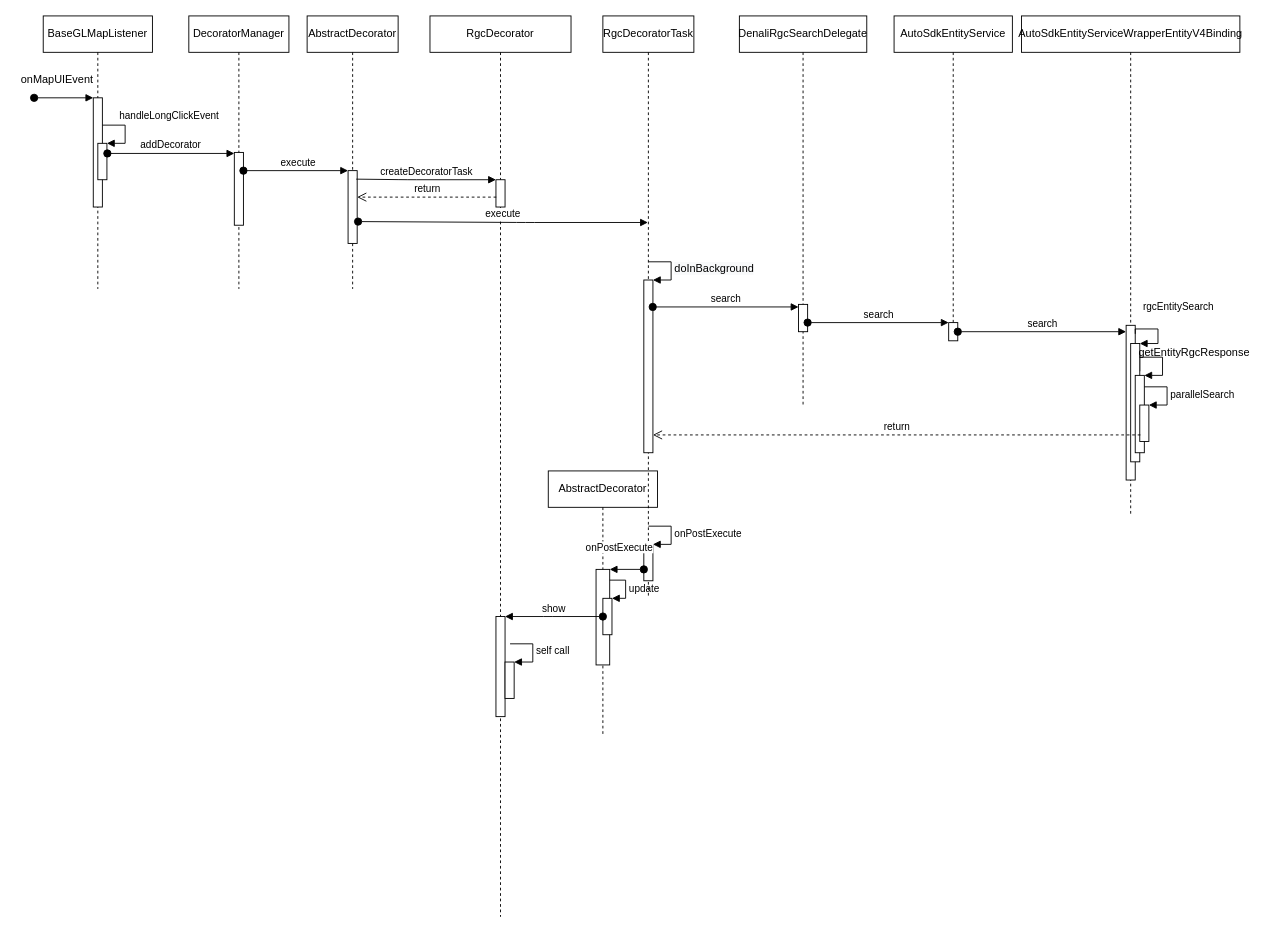
Earlier version of the draw.io diagram page "Page-2" (2 of 2) of RGC.drawio (joyment2010/joy). Source tidied: cells renumbered, new cells numbered last; positions are measured from the earlier drawing's top-left corner, leaving out a move shared by most shapes. Both pictures are drawn from the tidied source at 91%, with x=0, y=0 at pixel (15, 15).
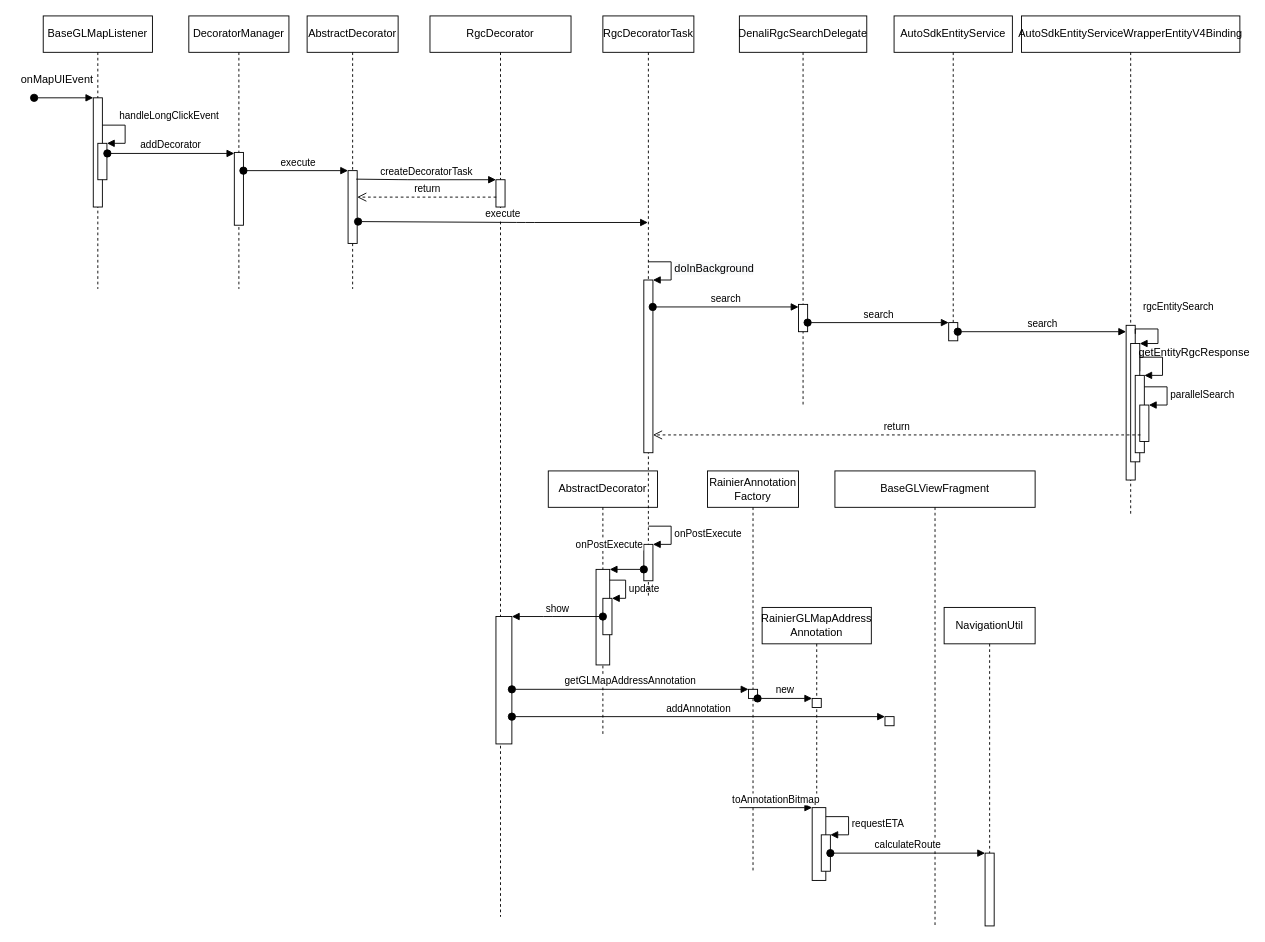
After the change.

Unchanged cells that the change refers to:
```xml
<mxCell id="11" value="RgcDecorator" style="shape=umlLifeline;perimeter=lifelinePerimeter;whiteSpace=wrap;html=1;" parent="1" vertex="1">
  <mxGeometry x="455" width="155" height="990" as="geometry" />
</mxCell>
<mxCell id="14" style="html=1;points=[];perimeter=orthogonalPerimeter;" parent="13" vertex="1">
  <mxGeometry x="52.5" y="108.2" width="15" height="105" as="geometry" />
</mxCell>
<mxCell id="48" style="html=1;points=[];perimeter=orthogonalPerimeter;" parent="1" vertex="1">
  <mxGeometry x="690" y="580.7" width="10" height="40" as="geometry" />
</mxCell>
```

Change to the diagram source:
```diff
@@
     <mxCell id="17" style="html=1;points=[];perimeter=orthogonalPerimeter;" parent="11" vertex="1">
-      <mxGeometry x="72.5" y="660" width="10" height="110" as="geometry" />
+      <mxGeometry x="72.5" y="660" width="17.5" height="140" as="geometry" />
     </mxCell>
-    <mxCell id="18" style="html=1;points=[];perimeter=orthogonalPerimeter;" parent="11" vertex="1">
-      <mxGeometry x="82.5" y="710" width="10" height="40" as="geometry" />
-    </mxCell>
-    <mxCell id="19" value="self call" style="edgeStyle=orthogonalEdgeStyle;html=1;align=left;spacingLeft=2;endArrow=block;rounded=0;entryX=1;entryY=0;" parent="11" edge="1" target="18">
-      <mxGeometry relative="1" as="geometry">
-        <mxPoint x="88" y="690" as="sourcePoint" />
-        <Array as="points">
-          <mxPoint x="113" y="690" />
-        </Array>
-      </mxGeometry>
-    </mxCell>
@@
     <mxCell id="50" value="onPostExecute" style="html=1;verticalAlign=bottom;startArrow=oval;endArrow=block;startSize=8;" parent="1" edge="1" source="48" target="14">
-      <mxGeometry x="0.43" y="-15" relative="1" as="geometry" />
+      <mxGeometry x="1" y="-18" relative="1" as="geometry" />
     </mxCell>
+    <mxCell id="51" value="RainierAnnotation&lt;br&gt;Factory" style="shape=umlLifeline;perimeter=lifelinePerimeter;whiteSpace=wrap;html=1;" parent="1" vertex="1">
+      <mxGeometry x="760" y="500" width="100" height="440" as="geometry" />
+    </mxCell>
+    <mxCell id="52" style="html=1;points=[];perimeter=orthogonalPerimeter;" parent="51" vertex="1">
+      <mxGeometry x="45" y="240" width="10" height="10" as="geometry" />
+    </mxCell>
+    <mxCell id="53" value="getGLMapAddressAnnotation" style="html=1;verticalAlign=bottom;startArrow=oval;endArrow=block;startSize=8;" parent="1" edge="1" source="17" target="52">
+      <mxGeometry relative="1" as="geometry" />
+    </mxCell>
+    <mxCell id="54" value="BaseGLViewFragment" style="shape=umlLifeline;perimeter=lifelinePerimeter;whiteSpace=wrap;html=1;" parent="1" vertex="1">
+      <mxGeometry x="900" y="500" width="220" height="500" as="geometry" />
+    </mxCell>
+    <mxCell id="55" value="NavigationUtil" style="shape=umlLifeline;perimeter=lifelinePerimeter;whiteSpace=wrap;html=1;" parent="54" vertex="1">
+      <mxGeometry x="120" y="150" width="100" height="350" as="geometry" />
+    </mxCell>
+    <mxCell id="56" style="html=1;points=[];perimeter=orthogonalPerimeter;" parent="55" vertex="1">
+      <mxGeometry x="45" y="270" width="10" height="80" as="geometry" />
+    </mxCell>
+    <mxCell id="57" style="html=1;points=[];perimeter=orthogonalPerimeter;" parent="1" vertex="1">
+      <mxGeometry x="955" y="770" width="10" height="10" as="geometry" />
+    </mxCell>
+    <mxCell id="58" value="addAnnotation" style="html=1;verticalAlign=bottom;startArrow=oval;endArrow=block;startSize=8;" parent="1" edge="1" source="17" target="57">
+      <mxGeometry relative="1" as="geometry" />
+    </mxCell>
+    <mxCell id="59" value="RainierGLMapAddress&lt;br&gt;Annotation" style="shape=umlLifeline;perimeter=lifelinePerimeter;whiteSpace=wrap;html=1;" parent="1" vertex="1">
+      <mxGeometry x="820" y="650" width="120" height="300" as="geometry" />
+    </mxCell>
+    <mxCell id="60" style="html=1;points=[];perimeter=orthogonalPerimeter;" parent="59" vertex="1">
+      <mxGeometry x="55" y="100" width="10" height="10" as="geometry" />
+    </mxCell>
+    <mxCell id="61" value="new" style="html=1;verticalAlign=bottom;startArrow=oval;endArrow=block;startSize=8;" parent="59" edge="1" target="60">
+      <mxGeometry relative="1" as="geometry">
+        <mxPoint x="-5" y="100" as="sourcePoint" />
+      </mxGeometry>
+    </mxCell>
+    <mxCell id="62" style="html=1;perimeter=orthogonalPerimeter;" parent="59" vertex="1">
+      <mxGeometry x="55" y="220" width="15" height="80" as="geometry" />
+    </mxCell>
+    <mxCell id="63" value="toAnnotationBitmap" style="html=1;verticalAlign=bottom;endArrow=block;" parent="59" edge="1">
+      <mxGeometry relative="1" as="geometry">
+        <mxPoint x="-25" y="220" as="sourcePoint" />
+        <mxPoint x="55" y="220" as="targetPoint" />
+      </mxGeometry>
+    </mxCell>
+    <mxCell id="64" style="html=1;points=[];perimeter=orthogonalPerimeter;" parent="59" vertex="1">
+      <mxGeometry x="65" y="249.9" width="10" height="40" as="geometry" />
+    </mxCell>
+    <mxCell id="65" value="requestETA" style="edgeStyle=orthogonalEdgeStyle;html=1;align=left;spacingLeft=2;endArrow=block;rounded=0;entryX=1;entryY=0;" parent="59" edge="1" target="64">
+      <mxGeometry relative="1" as="geometry">
+        <mxPoint x="70" y="229.9" as="sourcePoint" />
+        <Array as="points">
+          <mxPoint x="95" y="229.9" />
+        </Array>
+      </mxGeometry>
+    </mxCell>
+    <mxCell id="66" value="calculateRoute" style="html=1;verticalAlign=bottom;startArrow=oval;endArrow=block;startSize=8;" parent="1" edge="1" source="64" target="56">
+      <mxGeometry relative="1" as="geometry" />
+    </mxCell>
```
